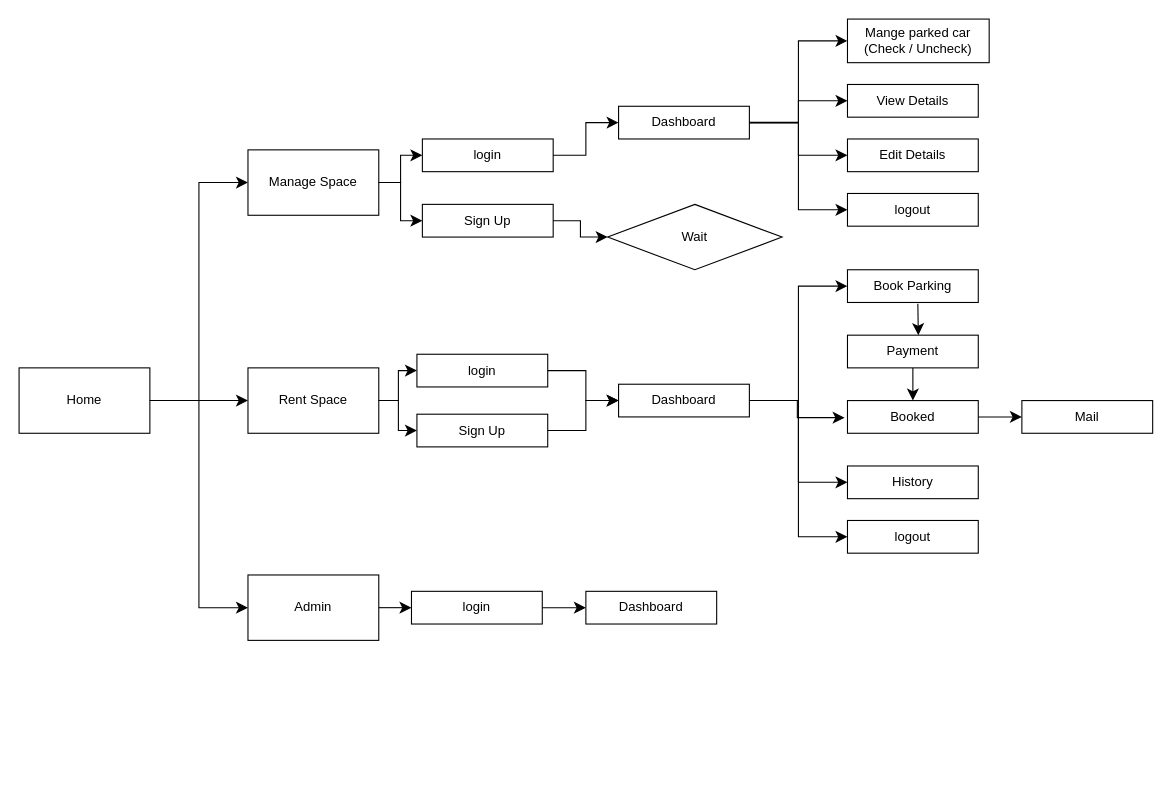
Viral-Gajera/justpark keeps this draw.io diagram as front-end/flow.dio. Above is the earlier version. Source tidied: cells renumbered, new cells numbered last; positions are measured from the earlier drawing's top-left corner, leaving out a move shared by most shapes. Both pictures are drawn from the tidied source at 109%, with x=0, y=0 at pixel (19, 19).
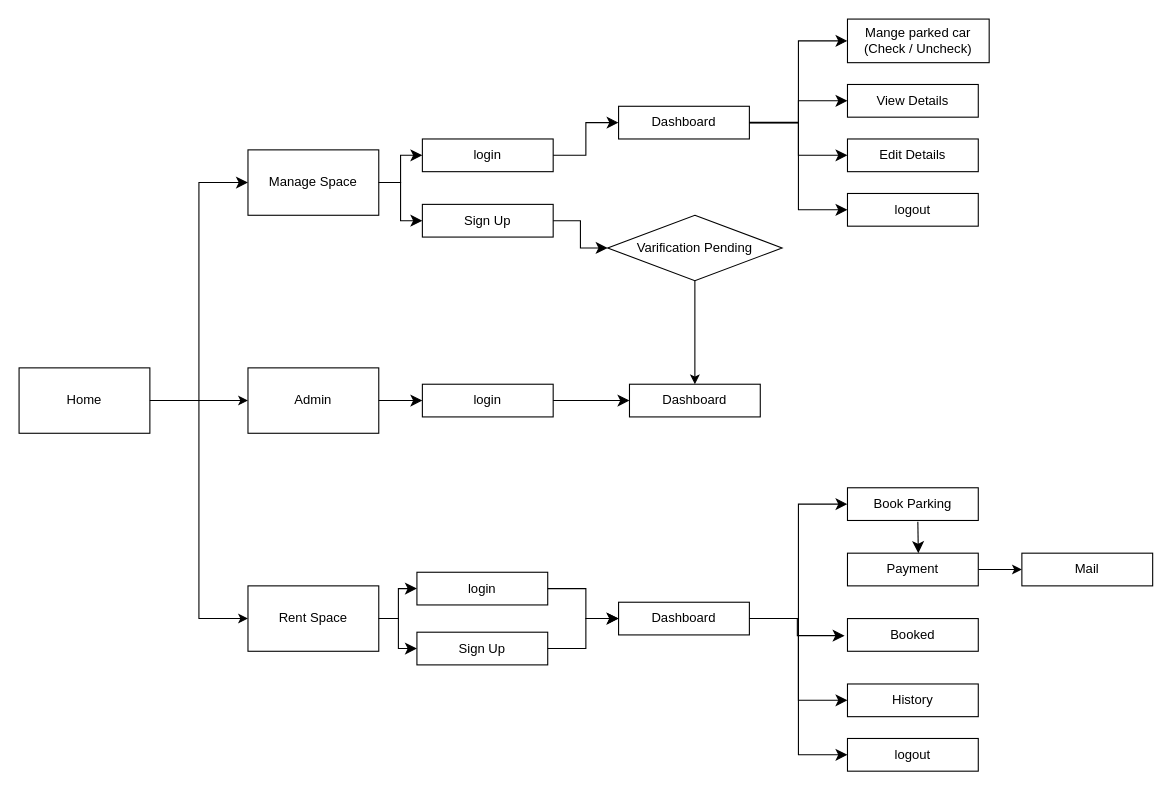
Above is the later version.

Unchanged cells that the change refers to:
```xml
<mxCell id="2" value="Home" style="whiteSpace=wrap;html=1;align=center;newEdgeStyle={&quot;edgeStyle&quot;:&quot;elbowEdgeStyle&quot;,&quot;startArrow&quot;:&quot;none&quot;,&quot;endArrow&quot;:&quot;none&quot;};" parent="1" vertex="1">
  <mxGeometry y="320" width="120" height="60" as="geometry" />
</mxCell>
```

Change to the diagram source:
```diff
@@
+    <mxCell id="7" style="edgeStyle=orthogonalEdgeStyle;html=1;startArrow=none;endArrow=classic;exitX=1;exitY=0.5;exitDx=0;exitDy=0;entryX=0;entryY=0.5;entryDx=0;entryDy=0;rounded=0;endFill=1;" parent="1" edge="1" source="2" target="4">
+      <mxGeometry relative="1" as="geometry" />
+    </mxCell>
+    <mxCell id="8" style="edgeStyle=elbowEdgeStyle;rounded=0;html=1;startArrow=none;endArrow=classic;entryX=0;entryY=0.5;entryDx=0;entryDy=0;strokeColor=default;endFill=1;" parent="1" edge="1" source="2" target="3">
+      <mxGeometry relative="1" as="geometry" />
+    </mxCell>
@@
     <mxCell id="3" value="Admin" style="whiteSpace=wrap;html=1;align=center;newEdgeStyle={&quot;edgeStyle&quot;:&quot;elbowEdgeStyle&quot;,&quot;startArrow&quot;:&quot;none&quot;,&quot;endArrow&quot;:&quot;none&quot;};" parent="1" vertex="1">
-      <mxGeometry x="210" y="510" width="120" height="60" as="geometry" />
+      <mxGeometry x="210" y="320" width="120" height="60" as="geometry" />
     </mxCell>
     <mxCell id="4" value="Rent Space" style="whiteSpace=wrap;html=1;align=center;newEdgeStyle={&quot;edgeStyle&quot;:&quot;elbowEdgeStyle&quot;,&quot;startArrow&quot;:&quot;none&quot;,&quot;endArrow&quot;:&quot;none&quot;};" parent="1" vertex="1">
-      <mxGeometry x="210" y="320" width="120" height="60" as="geometry" />
+      <mxGeometry x="210" y="520" width="120" height="60" as="geometry" />
     </mxCell>
@@
-    <mxCell id="7" style="edgeStyle=elbowEdgeStyle;elbow=horizontal;endArrow=classic;html=1;curved=0;rounded=0;endSize=8;startSize=8;entryX=0;entryY=0.5;entryDx=0;entryDy=0;exitX=1;exitY=0.5;exitDx=0;exitDy=0;" parent="1" edge="1" source="2" target="4">
-      <mxGeometry relative="1" as="geometry" />
-    </mxCell>
-    <mxCell id="8" style="edgeStyle=elbowEdgeStyle;elbow=horizontal;endArrow=classic;html=1;curved=0;rounded=0;endSize=8;startSize=8;exitX=1;exitY=0.5;exitDx=0;exitDy=0;entryX=0;entryY=0.5;entryDx=0;entryDy=0;" parent="1" edge="1" source="2" target="3">
-      <mxGeometry relative="1" as="geometry" />
-    </mxCell>
@@
     <mxCell id="13" value="login" style="whiteSpace=wrap;html=1;align=center;newEdgeStyle={&quot;edgeStyle&quot;:&quot;elbowEdgeStyle&quot;,&quot;startArrow&quot;:&quot;none&quot;,&quot;endArrow&quot;:&quot;none&quot;};" parent="1" vertex="1">
-      <mxGeometry x="365" y="307.5" width="120" height="30" as="geometry" />
+      <mxGeometry x="365" y="507.5" width="120" height="30" as="geometry" />
     </mxCell>
     <mxCell id="14" value="Sign Up" style="whiteSpace=wrap;html=1;align=center;newEdgeStyle={&quot;edgeStyle&quot;:&quot;elbowEdgeStyle&quot;,&quot;startArrow&quot;:&quot;none&quot;,&quot;endArrow&quot;:&quot;none&quot;};" parent="1" vertex="1">
-      <mxGeometry x="365" y="362.5" width="120" height="30" as="geometry" />
+      <mxGeometry x="365" y="562.5" width="120" height="30" as="geometry" />
     </mxCell>
     <mxCell id="15" value="login" style="whiteSpace=wrap;html=1;align=center;newEdgeStyle={&quot;edgeStyle&quot;:&quot;elbowEdgeStyle&quot;,&quot;startArrow&quot;:&quot;none&quot;,&quot;endArrow&quot;:&quot;none&quot;};" parent="1" vertex="1">
-      <mxGeometry x="360" y="525" width="120" height="30" as="geometry" />
+      <mxGeometry x="370" y="335" width="120" height="30" as="geometry" />
     </mxCell>
@@
     <mxCell id="19" value="Dashboard" style="whiteSpace=wrap;html=1;align=center;newEdgeStyle={&quot;edgeStyle&quot;:&quot;elbowEdgeStyle&quot;,&quot;startArrow&quot;:&quot;none&quot;,&quot;endArrow&quot;:&quot;none&quot;};" parent="1" vertex="1">
-      <mxGeometry x="520" y="525" width="120" height="30" as="geometry" />
+      <mxGeometry x="560" y="335" width="120" height="30" as="geometry" />
     </mxCell>
@@
+    <mxCell id="49" style="rounded=0;html=1;exitX=0.5;exitY=1;exitDx=0;exitDy=0;entryX=0.5;entryY=0;entryDx=0;entryDy=0;strokeColor=default;startArrow=none;startFill=0;endArrow=classic;endFill=1;" parent="1" edge="1" source="21" target="19">
+      <mxGeometry relative="1" as="geometry" />
+    </mxCell>
-    <mxCell id="21" value="Wait" style="rhombus;whiteSpace=wrap;html=1;" parent="1" vertex="1">
-      <mxGeometry x="540" y="170" width="160" height="60" as="geometry" />
+    <mxCell id="21" value="Varification Pending" style="rhombus;whiteSpace=wrap;html=1;" parent="1" vertex="1">
+      <mxGeometry x="540" y="180" width="160" height="60" as="geometry" />
     </mxCell>
@@
     <mxCell id="25" value="Dashboard" style="whiteSpace=wrap;html=1;align=center;newEdgeStyle={&quot;edgeStyle&quot;:&quot;elbowEdgeStyle&quot;,&quot;startArrow&quot;:&quot;none&quot;,&quot;endArrow&quot;:&quot;none&quot;};" parent="1" vertex="1">
-      <mxGeometry x="550" y="335" width="120" height="30" as="geometry" />
+      <mxGeometry x="550" y="535" width="120" height="30" as="geometry" />
     </mxCell>
     <mxCell id="26" style="edgeStyle=elbowEdgeStyle;elbow=horizontal;endArrow=classic;html=1;curved=0;rounded=0;endSize=8;startSize=8;exitX=1;exitY=0.5;exitDx=0;exitDy=0;entryX=0;entryY=0.5;entryDx=0;entryDy=0;" parent="1" edge="1" source="13" target="25">
       <mxGeometry relative="1" as="geometry">
         <Array as="points">
-          <mxPoint x="520" y="340" />
+          <mxPoint x="520" y="540" />
         </Array>
       </mxGeometry>
     </mxCell>
     <mxCell id="27" style="edgeStyle=elbowEdgeStyle;elbow=horizontal;endArrow=classic;html=1;curved=0;rounded=0;endSize=8;startSize=8;exitX=1;exitY=0.5;exitDx=0;exitDy=0;" parent="1" edge="1" source="14">
       <mxGeometry relative="1" as="geometry">
-        <mxPoint x="550" y="350" as="targetPoint" />
+        <mxPoint x="550" y="550" as="targetPoint" />
         <Array as="points">
-          <mxPoint x="520" y="370" />
+          <mxPoint x="520" y="570" />
         </Array>
       </mxGeometry>
     </mxCell>
@@
     <mxCell id="32" value="Book Parking" style="whiteSpace=wrap;html=1;align=center;newEdgeStyle={&quot;edgeStyle&quot;:&quot;elbowEdgeStyle&quot;,&quot;startArrow&quot;:&quot;none&quot;,&quot;endArrow&quot;:&quot;none&quot;};" parent="1" vertex="1">
-      <mxGeometry x="760" y="230" width="120" height="30" as="geometry" />
+      <mxGeometry x="760" y="430" width="120" height="30" as="geometry" />
     </mxCell>
     <mxCell id="33" value="Booked" style="whiteSpace=wrap;html=1;align=center;newEdgeStyle={&quot;edgeStyle&quot;:&quot;elbowEdgeStyle&quot;,&quot;startArrow&quot;:&quot;none&quot;,&quot;endArrow&quot;:&quot;none&quot;};" parent="1" vertex="1">
-      <mxGeometry x="760" y="350" width="120" height="30" as="geometry" />
+      <mxGeometry x="760" y="550" width="120" height="30" as="geometry" />
     </mxCell>
     <mxCell id="34" value="History" style="whiteSpace=wrap;html=1;align=center;newEdgeStyle={&quot;edgeStyle&quot;:&quot;elbowEdgeStyle&quot;,&quot;startArrow&quot;:&quot;none&quot;,&quot;endArrow&quot;:&quot;none&quot;};" parent="1" vertex="1">
-      <mxGeometry x="760" y="410" width="120" height="30" as="geometry" />
+      <mxGeometry x="760" y="610" width="120" height="30" as="geometry" />
     </mxCell>
     <mxCell id="35" value="logout" style="whiteSpace=wrap;html=1;align=center;newEdgeStyle={&quot;edgeStyle&quot;:&quot;elbowEdgeStyle&quot;,&quot;startArrow&quot;:&quot;none&quot;,&quot;endArrow&quot;:&quot;none&quot;};" parent="1" vertex="1">
-      <mxGeometry x="760" y="460" width="120" height="30" as="geometry" />
+      <mxGeometry x="760" y="660" width="120" height="30" as="geometry" />
     </mxCell>
@@
+    <mxCell id="50" style="edgeStyle=elbowEdgeStyle;rounded=0;html=1;startArrow=none;endArrow=classic;entryX=0;entryY=0.5;entryDx=0;entryDy=0;strokeColor=default;endFill=1;" parent="1" edge="1" source="44" target="47">
+      <mxGeometry relative="1" as="geometry" />
+    </mxCell>
     <mxCell id="44" value="Payment" style="whiteSpace=wrap;html=1;align=center;newEdgeStyle={&quot;edgeStyle&quot;:&quot;elbowEdgeStyle&quot;,&quot;startArrow&quot;:&quot;none&quot;,&quot;endArrow&quot;:&quot;none&quot;};" parent="1" vertex="1">
-      <mxGeometry x="760" y="290" width="120" height="30" as="geometry" />
+      <mxGeometry x="760" y="490" width="120" height="30" as="geometry" />
     </mxCell>
@@
-    <mxCell id="46" style="edgeStyle=elbowEdgeStyle;elbow=horizontal;endArrow=classic;html=1;curved=0;rounded=0;endSize=8;startSize=8;exitX=0.5;exitY=1;exitDx=0;exitDy=0;entryX=0.5;entryY=0;entryDx=0;entryDy=0;" parent="1" edge="1" source="44" target="33">
-      <mxGeometry relative="1" as="geometry" />
-    </mxCell>
     <mxCell id="47" value="Mail" style="whiteSpace=wrap;html=1;align=center;newEdgeStyle={&quot;edgeStyle&quot;:&quot;elbowEdgeStyle&quot;,&quot;startArrow&quot;:&quot;none&quot;,&quot;endArrow&quot;:&quot;none&quot;};" parent="1" vertex="1">
-      <mxGeometry x="920" y="350" width="120" height="30" as="geometry" />
+      <mxGeometry x="920" y="490" width="120" height="30" as="geometry" />
     </mxCell>
-    <mxCell id="48" style="edgeStyle=elbowEdgeStyle;elbow=horizontal;endArrow=classic;html=1;curved=0;rounded=0;endSize=8;startSize=8;exitX=1;exitY=0.5;exitDx=0;exitDy=0;entryX=0;entryY=0.5;entryDx=0;entryDy=0;" parent="1" edge="1" source="33" target="47">
-      <mxGeometry relative="1" as="geometry">
-        <Array as="points">
-          <mxPoint x="900" y="370" />
-        </Array>
-      </mxGeometry>
-    </mxCell>
```
